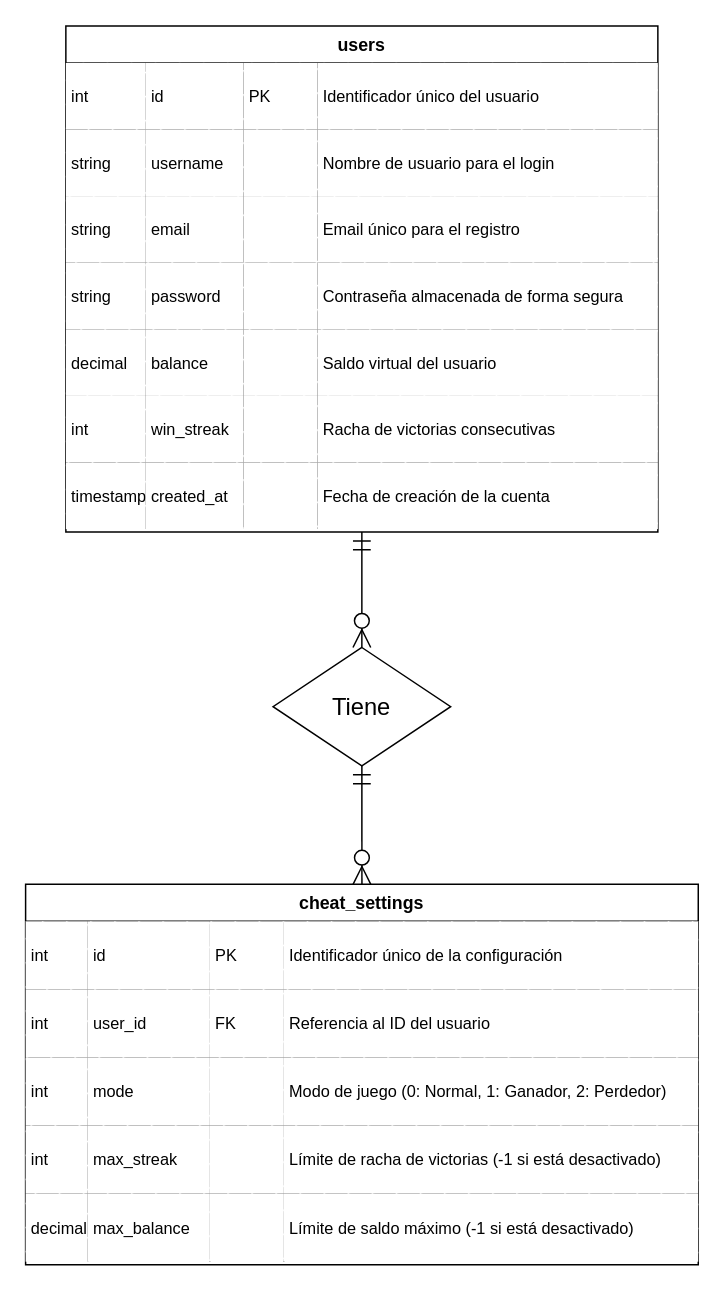
Earlier version of the draw.io diagram diagramas/DER.drawio (POLA-LCS/juego-consciente). Source tidied: cells renumbered, new cells numbered last; positions are measured from the earlier drawing's top-left corner, leaving out a move shared by most shapes. Both pictures are drawn from the tidied source at 148%, with x=0, y=0 at pixel (25, 25).
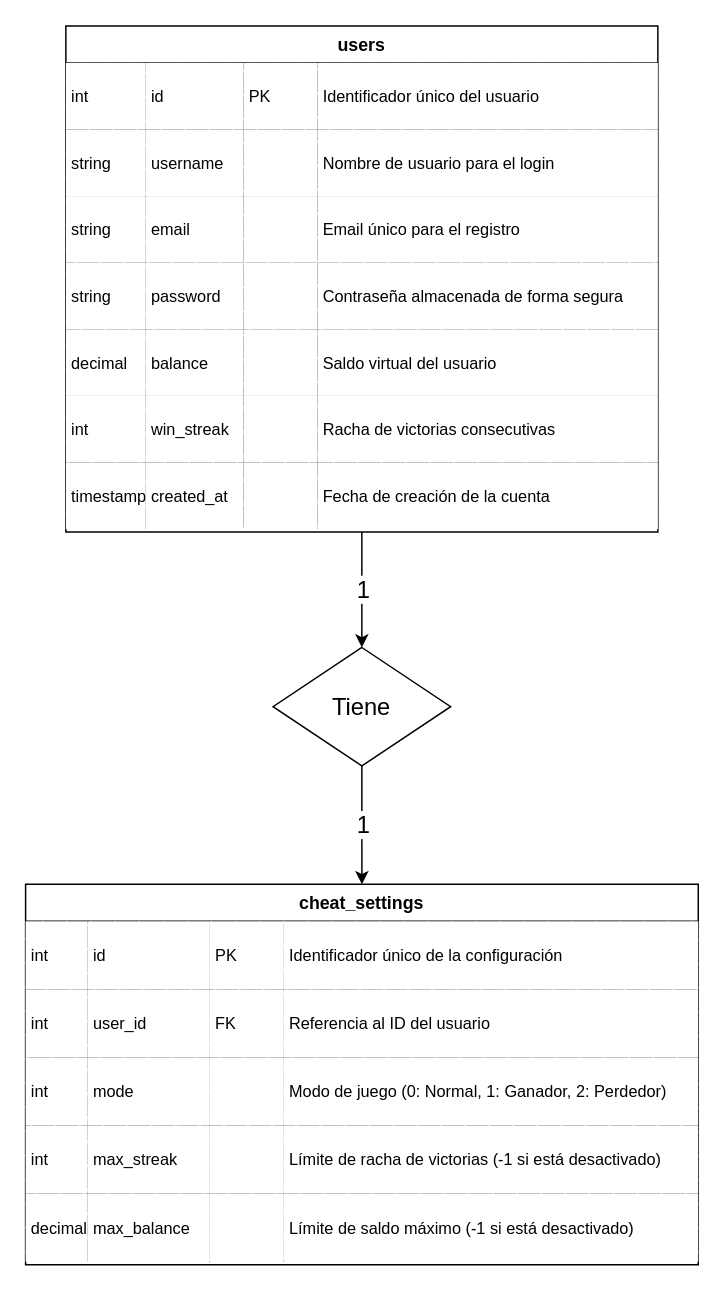
The same diagram, later.

Commit message:
Se cambio el DER

Unchanged cells that the change refers to:
```xml
<mxCell id="2" value="users" style="shape=table;startSize=25;childLayout=tableLayout;rowLines=1;fontStyle=1;align=center;fillColor=default;strokeColor=default;labelBackgroundColor=none;fontColor=default;labelBorderColor=none;shadow=0;strokeWidth=1;" parent="1" vertex="1">
  <mxGeometry x="27" width="400" height="342" as="geometry" />
</mxCell>
<mxCell id="38" value="cheat_settings" style="shape=table;startSize=25;childLayout=tableLayout;rowLines=1;fontStyle=1;align=center;fillColor=default;strokeColor=default;labelBackgroundColor=none;fontColor=default;labelBorderColor=none;shadow=0;strokeWidth=1;" parent="1" vertex="1">
  <mxGeometry x="-0.2" y="580" width="454.5" height="257" as="geometry" />
</mxCell>
<mxCell id="66" value="Tiene" style="rhombus;whiteSpace=wrap;html=1;fontSize=16;" parent="1" vertex="1">
  <mxGeometry x="167" y="420" width="120" height="80" as="geometry" />
</mxCell>
```

The edit, as a diff of the source:
```diff
@@
+    <mxCell id="65" style="edgeStyle=orthogonalEdgeStyle;rounded=0;jettySize=auto;html=1;exitX=0.5;exitY=1;exitDx=0;exitDy=0;entryX=0.5;entryY=0;entryDx=0;entryDy=0;" parent="1" edge="1" source="2" target="66">
+      <mxGeometry relative="1" as="geometry" />
+    </mxCell>
@@
-    <mxCell id="64" style="startArrow=ERmandOne;startSize=10;endArrow=ERzeroToMany;endSize=10;exitX=0.5;exitY=1;entryX=0.5;entryY=0;rounded=0;fillColor=default;strokeColor=default;labelBackgroundColor=none;fontColor=default;labelBorderColor=none;shadow=0;strokeWidth=1;" parent="1" edge="1" source="66" target="38">
+    <mxCell id="64" style="edgeStyle=orthogonalEdgeStyle;rounded=0;jettySize=auto;html=1;exitX=0.5;exitY=1;exitDx=0;exitDy=0;entryX=0.5;entryY=0;entryDx=0;entryDy=0;" parent="1" edge="1" source="66" target="38">
       <mxGeometry relative="1" as="geometry" />
     </mxCell>
-    <mxCell id="65" style="startArrow=ERmandOne;startSize=10;endArrow=ERzeroToMany;endSize=10;exitX=0.5;exitY=1;entryX=0.5;entryY=0;rounded=0;fillColor=default;strokeColor=default;labelBackgroundColor=none;fontColor=default;labelBorderColor=none;shadow=0;strokeWidth=1;" parent="1" edge="1" source="2" target="66">
-      <mxGeometry relative="1" as="geometry" />
-    </mxCell>
+    <mxCell id="67" value="1" style="edgeLabel;html=1;align=center;verticalAlign=middle;fontSize=16;" parent="64" vertex="1">
+      <mxGeometry x="0.5" relative="1" as="geometry">
+        <mxPoint y="-20" as="offset" />
+      </mxGeometry>
+    </mxCell>
@@
+    <mxCell id="68" value="1" style="edgeLabel;html=1;align=center;verticalAlign=middle;fontSize=16;" parent="1" vertex="1">
+      <mxGeometry x="227" y="380" as="geometry" />
+    </mxCell>
```
